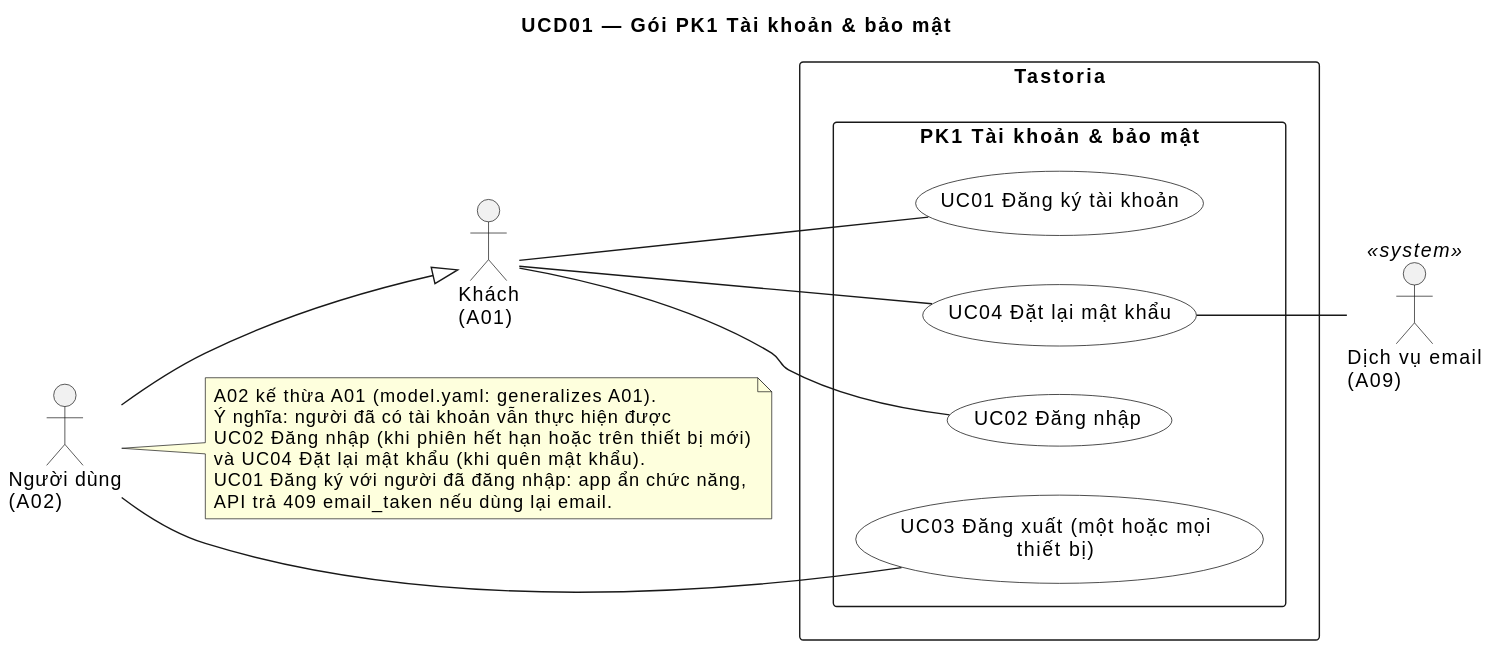
Earlier version of the PlantUML export docs/uml/out/usecase/UCD01-tai-khoan-bao-mat.svg (NamBuw/Tastoria). The source it was exported from:
```plantuml
@startuml
title UCD01 — Gói PK1 Tài khoản & bảo mật
left to right direction
skinparam packageStyle rectangle
skinparam actorStyle stick
skinparam usecase {
  BackgroundColor White
  BorderColor Black
}

actor "Khách\n(A01)" as A01
actor "Người dùng\n(A02)" as A02
actor "Dịch vụ email\n(A09)" as A09 <<system>>

A02 --|> A01
note right of A02
  A02 kế thừa A01 (model.yaml: generalizes A01).
  Ý nghĩa: người đã có tài khoản vẫn thực hiện được
  UC02 Đăng nhập (khi phiên hết hạn hoặc trên thiết bị mới)
  và UC04 Đặt lại mật khẩu (khi quên mật khẩu).
  UC01 Đăng ký với người đã đăng nhập: app ẩn chức năng,
  API trả 409 email_taken nếu dùng lại email.
end note

rectangle "Tastoria" {
  package "PK1 Tài khoản & bảo mật" as PK1 {
    usecase "UC01 Đăng ký tài khoản" as UC01
    usecase "UC02 Đăng nhập" as UC02
    usecase "UC03 Đăng xuất (một hoặc mọi\nthiết bị)" as UC03
    usecase "UC04 Đặt lại mật khẩu" as UC04
  }
}

A01 -- UC01
A01 -- UC02
A02 -- UC03
A01 -- UC04
UC04 -- A09
@enduml
```
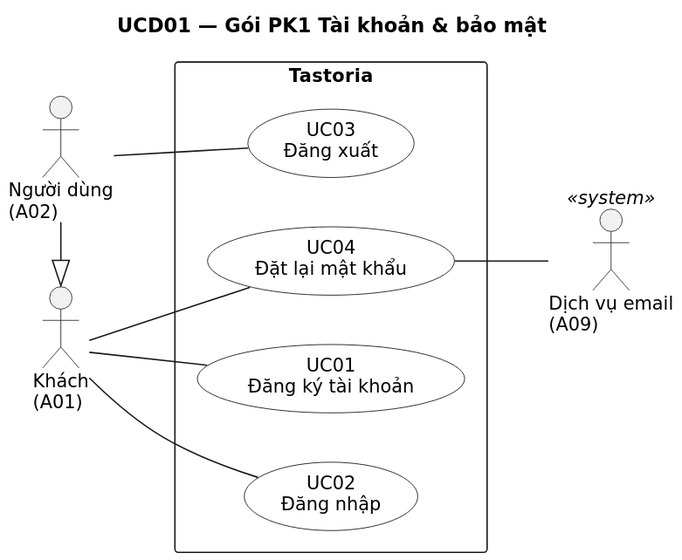
Later version of the same file.

Diff of the diagram source:
```diff
@@ -1,5 +1,10 @@
 @startuml
 title UCD01 — Gói PK1 Tài khoản & bảo mật
+skinparam shadowing false
+skinparam defaultFontName DejaVu Sans
+skinparam defaultFontSize 13
+skinparam dpi 110
+
 left to right direction
 skinparam packageStyle rectangle
 skinparam actorStyle stick
@@ -10,27 +15,15 @@
 
 actor "Khách\n(A01)" as A01
 actor "Người dùng\n(A02)" as A02
+rectangle "Tastoria" {
+  usecase "UC01\nĐăng ký tài khoản" as UC01
+  usecase "UC02\nĐăng nhập" as UC02
+  usecase "UC03\nĐăng xuất" as UC03
+  usecase "UC04\nĐặt lại mật khẩu" as UC04
+}
 actor "Dịch vụ email\n(A09)" as A09 <<system>>
 
-A02 --|> A01
-note right of A02
-  A02 kế thừa A01 (model.yaml: generalizes A01).
-  Ý nghĩa: người đã có tài khoản vẫn thực hiện được
-  UC02 Đăng nhập (khi phiên hết hạn hoặc trên thiết bị mới)
-  và UC04 Đặt lại mật khẩu (khi quên mật khẩu).
-  UC01 Đăng ký với người đã đăng nhập: app ẩn chức năng,
-  API trả 409 email_taken nếu dùng lại email.
-end note
-
-rectangle "Tastoria" {
-  package "PK1 Tài khoản & bảo mật" as PK1 {
-    usecase "UC01 Đăng ký tài khoản" as UC01
-    usecase "UC02 Đăng nhập" as UC02
-    usecase "UC03 Đăng xuất (một hoặc mọi\nthiết bị)" as UC03
-    usecase "UC04 Đặt lại mật khẩu" as UC04
-  }
-}
-
+A02 -|> A01
 A01 -- UC01
 A01 -- UC02
 A02 -- UC03
```
